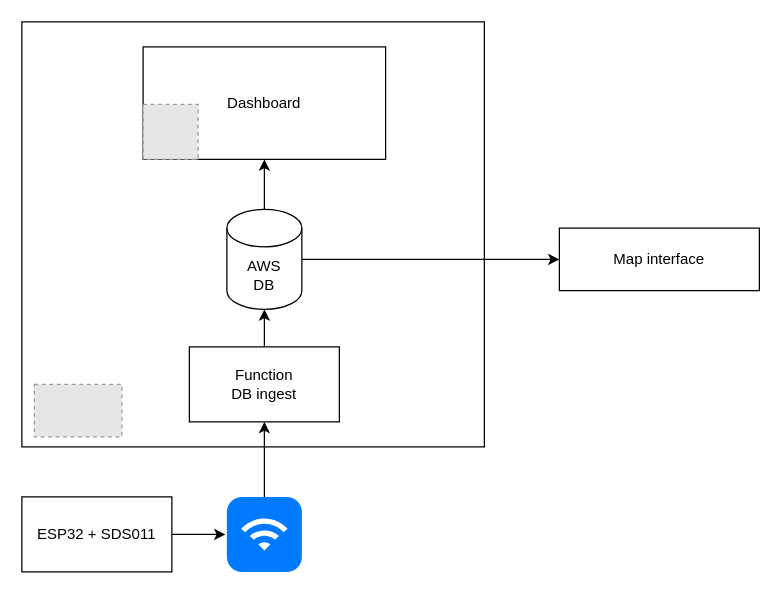
This is Diagram/infra-airAware.drawio from TobiWilhelm/AirAware, a draw.io file, before an edit. Source tidied: cells renumbered, new cells numbered last; positions are measured from the earlier drawing's top-left corner, leaving out a move shared by most shapes. Both pictures are drawn from the tidied source at 125%, with x=0, y=0 at pixel (21, 21). Pictures stored in the file or linked from it are replaced by grey dashed boxes.
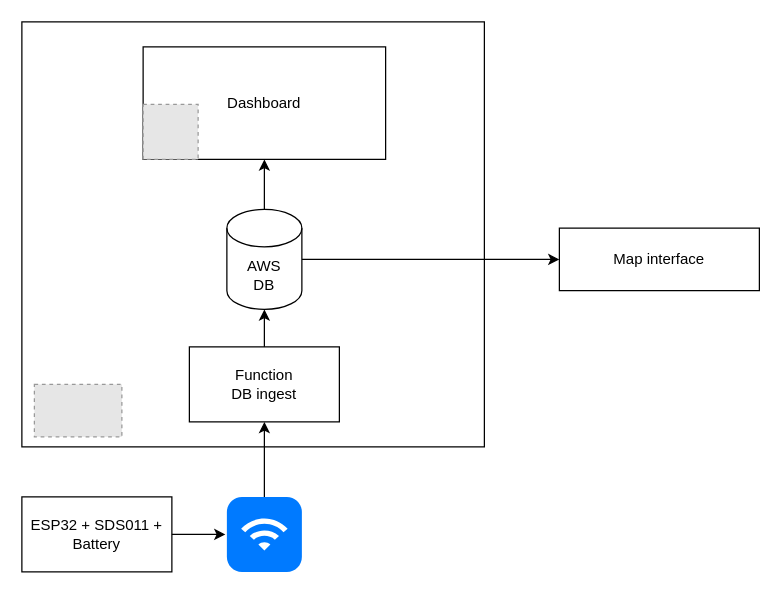
The same diagram, later.

The edit, as a diff of the source:
```diff
@@
 <mxGraphModel>
   <root>
     <mxCell id="0" />
     <mxCell id="1" parent="0" />
     <mxCell id="2" style="rounded=0;whiteSpace=wrap;html=1;fillColor=none;" parent="1" vertex="1">
       <mxGeometry width="370" height="340" as="geometry" />
     </mxCell>
     <mxCell id="3" value="Dashboard" style="rounded=0;whiteSpace=wrap;html=1;fillColor=none;" parent="1" vertex="1">
       <mxGeometry x="97" y="20" width="194" height="90" as="geometry" />
     </mxCell>
-    <mxCell id="4" value="ESP32 +&amp;nbsp;SDS011" style="rounded=0;whiteSpace=wrap;html=1;" parent="1" vertex="1">
+    <mxCell id="4" value="ESP32 +&amp;nbsp;SDS011 + Battery" style="rounded=0;whiteSpace=wrap;html=1;" parent="1" vertex="1">
       <mxGeometry y="380" width="120" height="60" as="geometry" />
     </mxCell>
     <mxCell id="5" style="edgeStyle=orthogonalEdgeStyle;rounded=0;jettySize=auto;html=1;entryX=0.5;entryY=1;entryDx=0;entryDy=0;" parent="1" edge="1" source="6" target="12">
       <mxGeometry relative="1" as="geometry" />
     </mxCell>
     <mxCell id="6" style="html=1;strokeWidth=1;shadow=0;dashed=0;shape=mxgraph.ios7.misc.wifi;fillColor=#007AFF;strokeColor=none;buttonText=;strokeColor2=#222222;fontColor=#222222;fontSize=8;verticalLabelPosition=bottom;verticalAlign=top;align=center;sketch=0;" parent="1" vertex="1">
       <mxGeometry x="164" y="380" width="60" height="60" as="geometry" />
     </mxCell>
     <mxCell id="7" style="fillColor=#E6E6E6;strokeColor=#999999;dashed=1;verticalLabelPosition=bottom;labelBackgroundColor=default;verticalAlign=top;" parent="1" vertex="1">
       <mxGeometry x="10" y="290" width="70" height="42" as="geometry" />
     </mxCell>
     <mxCell id="8" style="edgeStyle=orthogonalEdgeStyle;rounded=0;jettySize=auto;html=1;" parent="1" edge="1" source="10" target="3">
       <mxGeometry relative="1" as="geometry" />
     </mxCell>
     <mxCell id="9" style="edgeStyle=orthogonalEdgeStyle;rounded=0;jettySize=auto;html=1;" parent="1" edge="1" source="10" target="14">
       <mxGeometry relative="1" as="geometry" />
     </mxCell>
     <mxCell id="10" value="AWS&lt;div&gt;DB&lt;/div&gt;" style="shape=cylinder3;whiteSpace=wrap;html=1;boundedLbl=1;backgroundOutline=1;size=15;" parent="1" vertex="1">
       <mxGeometry x="164" y="150" width="60" height="80" as="geometry" />
     </mxCell>
     <mxCell id="11" style="edgeStyle=orthogonalEdgeStyle;rounded=0;jettySize=auto;html=1;" parent="1" edge="1" source="12" target="10">
       <mxGeometry relative="1" as="geometry" />
     </mxCell>
     <mxCell id="12" value="Function&lt;div&gt;DB ingest&lt;/div&gt;" style="rounded=0;whiteSpace=wrap;html=1;" parent="1" vertex="1">
       <mxGeometry x="134" y="260" width="120" height="60" as="geometry" />
     </mxCell>
     <mxCell id="13" style="fillColor=#E6E6E6;strokeColor=#999999;dashed=1;verticalLabelPosition=bottom;labelBackgroundColor=default;verticalAlign=top;" parent="1" vertex="1">
       <mxGeometry x="97" y="66" width="44" height="44" as="geometry" />
     </mxCell>
     <mxCell id="14" value="Map interface" style="rounded=0;whiteSpace=wrap;html=1;fillColor=none;" parent="1" vertex="1">
       <mxGeometry x="430" y="165" width="160" height="50" as="geometry" />
     </mxCell>
     <mxCell id="15" style="edgeStyle=orthogonalEdgeStyle;rounded=0;jettySize=auto;html=1;entryX=-0.02;entryY=0.5;entryDx=0;entryDy=0;entryPerimeter=0;" parent="1" edge="1" source="4" target="6">
       <mxGeometry relative="1" as="geometry" />
     </mxCell>
   </root>
 </mxGraphModel>
```
